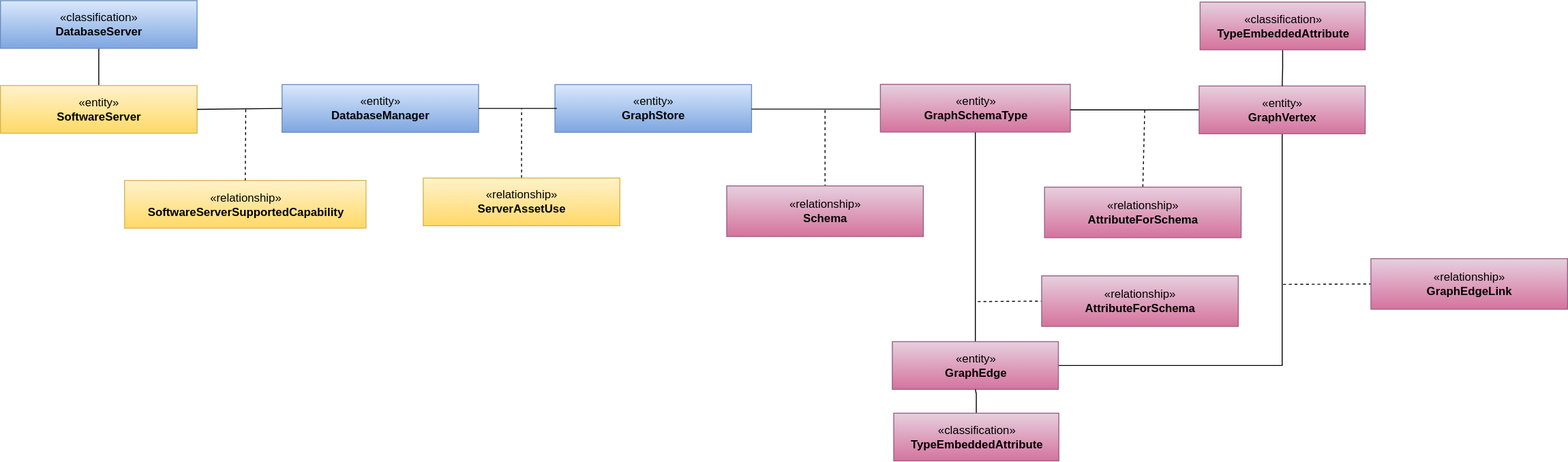
odpi/egeria-docs keeps this draw.io diagram as site/docs/guides/developer/mapping-technology/databases/graph-open-metadata-types.svg. Above is the earlier version. Source tidied: cells renumbered, new cells last; positions are measured from the earlier drawing's top-left corner, leaving out a move shared by most shapes. The source it was exported from:
```xml
<mxGraphModel>
  <root>
    <mxCell id="0" />
    <mxCell id="1" parent="0" />
    <mxCell id="2" value="«entity»&lt;br&gt;&lt;b&gt;GraphStore&lt;/b&gt;" style="html=1;strokeColor=#6c8ebf;align=center;fillColor=#dae8fc;gradientColor=#7ea6e0;" parent="1" vertex="1">
      <mxGeometry x="581" y="88" width="206" height="50" as="geometry" />
    </mxCell>
    <mxCell id="3" style="edgeStyle=orthogonalEdgeStyle;rounded=0;jettySize=auto;html=1;exitX=0.5;exitY=1;exitDx=0;exitDy=0;entryX=0.5;entryY=0;entryDx=0;entryDy=0;endArrow=none;endFill=0;" parent="1" edge="1" target="5">
      <mxGeometry relative="1" as="geometry">
        <mxPoint x="103" y="49" as="sourcePoint" />
      </mxGeometry>
    </mxCell>
    <mxCell id="4" value="«classification»&lt;br&gt;&lt;b&gt;DatabaseServer&lt;/b&gt;" style="html=1;strokeColor=#6c8ebf;align=center;fillColor=#dae8fc;gradientColor=#7ea6e0;" parent="1" vertex="1">
      <mxGeometry width="206" height="50" as="geometry" />
    </mxCell>
    <mxCell id="5" value="«entity»&lt;br&gt;&lt;b&gt;SoftwareServer&lt;/b&gt;" style="html=1;strokeColor=#d6b656;align=center;fillColor=#fff2cc;gradientColor=#ffd966;" parent="1" vertex="1">
      <mxGeometry y="89" width="206" height="50" as="geometry" />
    </mxCell>
    <mxCell id="6" value="«entity»&lt;br&gt;&lt;b&gt;DatabaseManager&lt;/b&gt;" style="html=1;strokeColor=#6c8ebf;align=center;fillColor=#dae8fc;gradientColor=#7ea6e0;" parent="1" vertex="1">
      <mxGeometry x="295" y="88" width="206" height="50" as="geometry" />
    </mxCell>
    <mxCell id="7" style="endArrow=none;html=1;entryX=1;entryY=0.5;entryDx=0;entryDy=0;exitX=0;exitY=0.5;exitDx=0;exitDy=0;" parent="1" edge="1" source="6" target="5">
      <mxGeometry relative="1" as="geometry" />
    </mxCell>
    <mxCell id="8" value="«relationship»&lt;br&gt;&lt;b&gt;SoftwareServerSupportedCapability&lt;/b&gt;" style="html=1;strokeColor=#d6b656;align=center;fillColor=#fff2cc;gradientColor=#ffd966;" parent="1" vertex="1">
      <mxGeometry x="130" y="188.5" width="253" height="50" as="geometry" />
    </mxCell>
    <mxCell id="9" style="endArrow=none;dashed=1;html=1;entryX=0.5;entryY=0;" parent="1" edge="1" target="8">
      <mxGeometry relative="1" as="geometry">
        <mxPoint x="257" y="114" as="sourcePoint" />
      </mxGeometry>
    </mxCell>
    <mxCell id="10" style="edgeStyle=orthogonalEdgeStyle;rounded=0;html=1;entryX=1;entryY=0.5;endArrow=none;endFill=0;jettySize=auto;entryDx=0;entryDy=0;" parent="1" edge="1" target="6">
      <mxGeometry relative="1" as="geometry">
        <mxPoint x="583" y="113" as="sourcePoint" />
      </mxGeometry>
    </mxCell>
    <mxCell id="11" style="edgeStyle=orthogonalEdgeStyle;rounded=0;html=1;exitX=0.5;exitY=0;endArrow=none;endFill=0;jettySize=auto;dashed=1;exitDx=0;exitDy=0;" parent="1" edge="1" source="12">
      <mxGeometry relative="1" as="geometry">
        <mxPoint x="546" y="113" as="targetPoint" />
      </mxGeometry>
    </mxCell>
    <mxCell id="12" value="«relationship»&lt;br&gt;&lt;b&gt;ServerAssetUse&lt;/b&gt;" style="html=1;strokeColor=#d6b656;align=center;fillColor=#fff2cc;gradientColor=#ffd966;" parent="1" vertex="1">
      <mxGeometry x="443" y="186" width="206" height="50" as="geometry" />
    </mxCell>
    <mxCell id="13" style="endArrow=none;dashed=1;html=1;" parent="1" edge="1" target="17">
      <mxGeometry relative="1" as="geometry">
        <mxPoint x="864" y="114.8" as="sourcePoint" />
      </mxGeometry>
    </mxCell>
    <mxCell id="14" style="endArrow=none;html=1;exitX=1;exitY=0.5;" parent="1" edge="1">
      <mxGeometry relative="1" as="geometry">
        <mxPoint x="787" y="113.8" as="sourcePoint" />
        <mxPoint x="950" y="113.8" as="targetPoint" />
      </mxGeometry>
    </mxCell>
    <mxCell id="15" style="edgeStyle=orthogonalEdgeStyle;rounded=0;sketch=0;jettySize=auto;html=1;exitX=0.5;exitY=1;exitDx=0;exitDy=0;entryX=0.5;entryY=0;entryDx=0;entryDy=0;endArrow=none;endFill=0;" parent="1" edge="1" source="16" target="25">
      <mxGeometry relative="1" as="geometry" />
    </mxCell>
    <mxCell id="16" value="«entity»&lt;br&gt;&lt;b&gt;GraphSchemaType&lt;/b&gt;" style="html=1;strokeColor=#996185;align=center;fillColor=#e6d0de;gradientColor=#d5739d;" parent="1" vertex="1">
      <mxGeometry x="922" y="87.8" width="199" height="50" as="geometry" />
    </mxCell>
    <mxCell id="17" value="«relationship»&lt;br&gt;&lt;b&gt;AssetSchemaType&lt;/b&gt;" style="html=1;strokeColor=#996185;align=center;fillColor=#e6d0de;gradientColor=#d5739d;" parent="1" vertex="1">
      <mxGeometry x="761" y="194.2" width="206" height="53" as="geometry" />
    </mxCell>
    <mxCell id="18" style="edgeStyle=orthogonalEdgeStyle;rounded=0;jettySize=auto;html=1;entryX=0;entryY=0.5;entryDx=0;entryDy=0;endArrow=none;endFill=0;" parent="1" edge="1" target="20">
      <mxGeometry relative="1" as="geometry">
        <mxPoint x="1121" y="114.5" as="sourcePoint" />
      </mxGeometry>
    </mxCell>
    <mxCell id="19" style="edgeStyle=orthogonalEdgeStyle;rounded=0;sketch=0;jettySize=auto;html=1;exitX=0.5;exitY=1;exitDx=0;exitDy=0;entryX=1;entryY=0.5;entryDx=0;entryDy=0;endArrow=none;endFill=0;" parent="1" edge="1" source="20" target="25">
      <mxGeometry relative="1" as="geometry" />
    </mxCell>
    <mxCell id="20" value="«entity»&lt;br&gt;&lt;b&gt;GraphVertex&lt;/b&gt;" style="html=1;strokeColor=#996185;align=center;fillColor=#e6d0de;gradientColor=#d5739d;" parent="1" vertex="1">
      <mxGeometry x="1256" y="89.5" width="174" height="50" as="geometry" />
    </mxCell>
    <mxCell id="21" style="endArrow=none;dashed=1;html=1;entryX=0.5;entryY=0;entryDx=0;entryDy=0;" parent="1" edge="1" target="24">
      <mxGeometry relative="1" as="geometry">
        <mxPoint x="1199" y="114.5" as="sourcePoint" />
      </mxGeometry>
    </mxCell>
    <mxCell id="22" style="edgeStyle=orthogonalEdgeStyle;rounded=0;jettySize=auto;html=1;endArrow=none;endFill=0;" parent="1" edge="1" source="23" target="20">
      <mxGeometry relative="1" as="geometry" />
    </mxCell>
    <mxCell id="23" value="«classification»&lt;br&gt;&lt;b&gt;TypeEmbeddedAttribute&lt;/b&gt;" style="html=1;strokeColor=#996185;align=center;fillColor=#e6d0de;gradientColor=#d5739d;" parent="1" vertex="1">
      <mxGeometry x="1257" y="1.5" width="173" height="50" as="geometry" />
    </mxCell>
    <mxCell id="24" value="«relationship»&lt;br&gt;&lt;b&gt;AttributeForSchema&lt;/b&gt;" style="html=1;strokeColor=#996185;align=center;fillColor=#e6d0de;gradientColor=#d5739d;" parent="1" vertex="1">
      <mxGeometry x="1094" y="195.5" width="206" height="53" as="geometry" />
    </mxCell>
    <mxCell id="25" value="«entity»&lt;br&gt;&lt;b&gt;GraphEdge&lt;/b&gt;" style="html=1;strokeColor=#996185;align=center;fillColor=#e6d0de;gradientColor=#d5739d;" parent="1" vertex="1">
      <mxGeometry x="934.5" y="357.5" width="174" height="50" as="geometry" />
    </mxCell>
    <mxCell id="26" style="edgeStyle=orthogonalEdgeStyle;rounded=0;jettySize=auto;html=1;endArrow=none;endFill=0;" parent="1" edge="1" source="27" target="25">
      <mxGeometry relative="1" as="geometry" />
    </mxCell>
    <mxCell id="27" value="«classification»&lt;br&gt;&lt;b&gt;TypeEmbeddedAttribute&lt;/b&gt;" style="html=1;strokeColor=#996185;align=center;fillColor=#e6d0de;gradientColor=#d5739d;" parent="1" vertex="1">
      <mxGeometry x="936" y="432.5" width="173" height="50" as="geometry" />
    </mxCell>
    <mxCell id="28" style="endArrow=none;dashed=1;html=1;entryX=0;entryY=0.5;entryDx=0;entryDy=0;" parent="1" edge="1" target="29">
      <mxGeometry relative="1" as="geometry">
        <mxPoint x="1024" y="315.5" as="sourcePoint" />
      </mxGeometry>
    </mxCell>
    <mxCell id="29" value="«relationship»&lt;br&gt;&lt;b&gt;AttributeForSchema&lt;/b&gt;" style="html=1;strokeColor=#996185;align=center;fillColor=#e6d0de;gradientColor=#d5739d;" parent="1" vertex="1">
      <mxGeometry x="1091" y="288.5" width="206" height="53" as="geometry" />
    </mxCell>
    <mxCell id="30" style="endArrow=none;dashed=1;html=1;entryX=0;entryY=0.5;entryDx=0;entryDy=0;" parent="1" edge="1" target="31">
      <mxGeometry relative="1" as="geometry">
        <mxPoint x="1344" y="297.5" as="sourcePoint" />
      </mxGeometry>
    </mxCell>
    <mxCell id="31" value="«relationship»&lt;br&gt;&lt;b&gt;GraphEdgeLink&lt;/b&gt;" style="html=1;strokeColor=#996185;align=center;fillColor=#e6d0de;gradientColor=#d5739d;" parent="1" vertex="1">
      <mxGeometry x="1436" y="270.5" width="206" height="53" as="geometry" />
    </mxCell>
  </root>
</mxGraphModel>
```
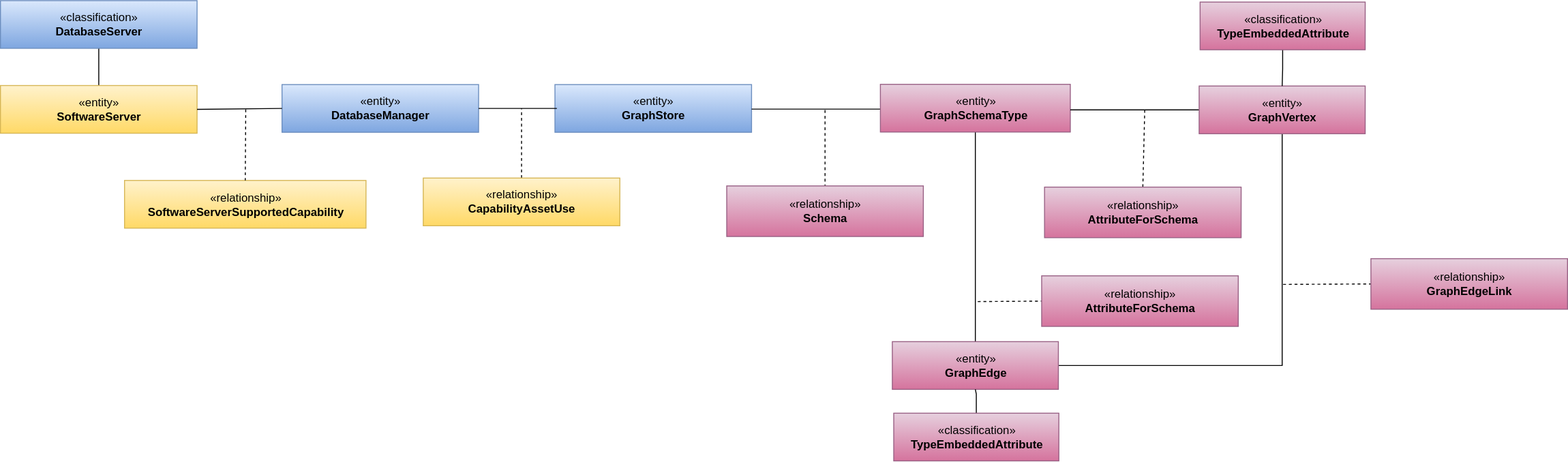
The same file after the commit.

What changed in the source:
```diff
@@ -40,7 +40,7 @@
         <mxPoint x="546" y="113" as="targetPoint" />
       </mxGeometry>
     </mxCell>
-    <mxCell id="12" value="«relationship»&lt;br&gt;&lt;b&gt;ServerAssetUse&lt;/b&gt;" style="html=1;strokeColor=#d6b656;align=center;fillColor=#fff2cc;gradientColor=#ffd966;" parent="1" vertex="1">
+    <mxCell id="12" value="«relationship»&lt;br&gt;&lt;b&gt;CapabilityAssetUse&lt;/b&gt;" style="html=1;strokeColor=#d6b656;align=center;fillColor=#fff2cc;gradientColor=#ffd966;" parent="1" vertex="1">
       <mxGeometry x="443" y="186" width="206" height="50" as="geometry" />
     </mxCell>
     <mxCell id="13" style="endArrow=none;dashed=1;html=1;" parent="1" edge="1" target="17">
```
